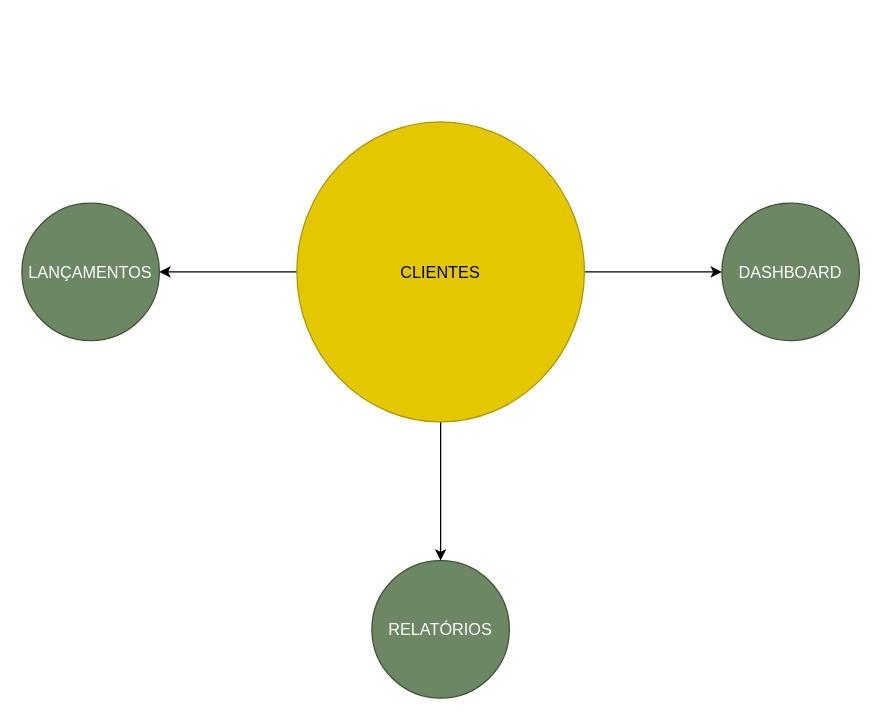
Above: page "MVP" (1 of 3) of docs/draws/SeuContabil.drawio in sigespweb22/seucontabil-api (draw.io), before the change. Source tidied: cells renumbered, new cells numbered last; positions are measured from the earlier drawing's top-left corner, leaving out a move shared by most shapes. Both pictures are drawn from the tidied source at 125%, with x=0, y=0 at pixel (21, 121).
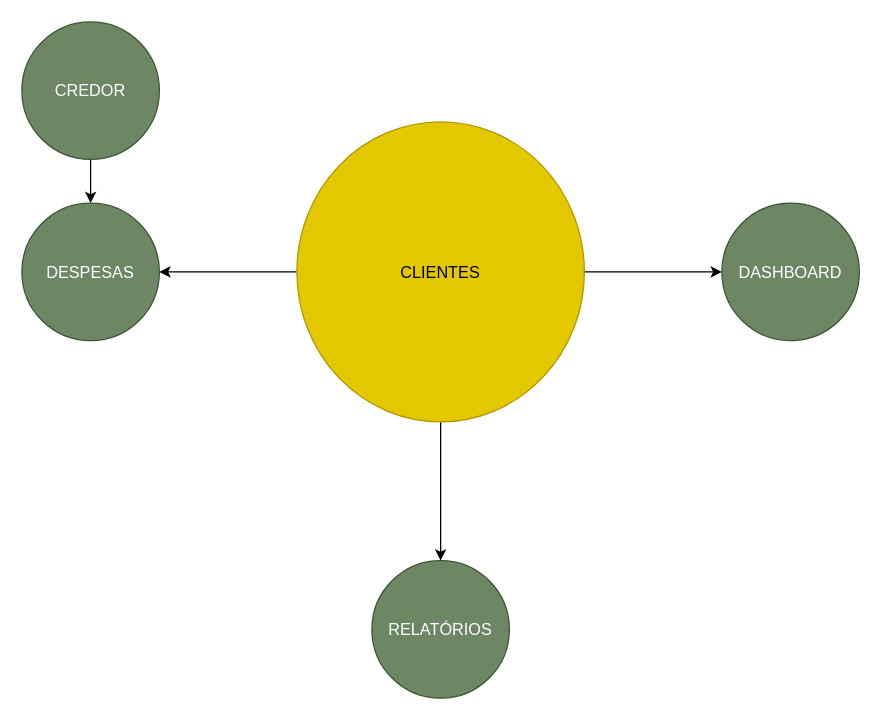
Above is the later version.

Diff of the diagram source:
```diff
@@
 <mxGraphModel>
   <root>
     <mxCell id="0" />
     <mxCell id="1" parent="0" />
     <mxCell id="2" style="edgeStyle=none;html=1;fontSize=13;fontColor=#FFFFFF;" parent="1" edge="1" source="5" target="6">
       <mxGeometry relative="1" as="geometry" />
     </mxCell>
     <mxCell id="3" style="edgeStyle=none;html=1;fontSize=13;fontColor=#FFFFFF;" parent="1" edge="1" source="5" target="7">
       <mxGeometry relative="1" as="geometry" />
     </mxCell>
     <mxCell id="4" style="edgeStyle=none;html=1;fontSize=13;fontColor=#FFFFFF;" parent="1" edge="1" source="5" target="8">
       <mxGeometry relative="1" as="geometry" />
     </mxCell>
     <mxCell id="5" value="CLIENTES" style="ellipse;whiteSpace=wrap;html=1;labelBackgroundColor=none;fontSize=13;fontColor=#000000;fillColor=#e3c800;strokeColor=#B09500;" parent="1" vertex="1">
       <mxGeometry x="220" width="230" height="240" as="geometry" />
     </mxCell>
-    <mxCell id="6" value="LANÇAMENTOS" style="ellipse;whiteSpace=wrap;html=1;fontSize=13;fillColor=#6d8764;strokeColor=#3A5431;fontColor=#ffffff;labelBackgroundColor=none;" parent="1" vertex="1">
+    <mxCell id="6" value="DESPESAS" style="ellipse;whiteSpace=wrap;html=1;fontSize=13;fillColor=#6d8764;strokeColor=#3A5431;fontColor=#ffffff;labelBackgroundColor=none;" parent="1" vertex="1">
       <mxGeometry y="65" width="110" height="110" as="geometry" />
     </mxCell>
     <mxCell id="7" value="RELATÓRIOS" style="ellipse;whiteSpace=wrap;html=1;fontSize=13;fillColor=#6d8764;strokeColor=#3A5431;fontColor=#ffffff;labelBackgroundColor=none;" parent="1" vertex="1">
       <mxGeometry x="280" y="351" width="110" height="110" as="geometry" />
     </mxCell>
     <mxCell id="8" value="DASHBOARD" style="ellipse;whiteSpace=wrap;html=1;fontSize=13;fillColor=#6d8764;strokeColor=#3A5431;fontColor=#ffffff;labelBackgroundColor=none;" parent="1" vertex="1">
       <mxGeometry x="560" y="65" width="110" height="110" as="geometry" />
     </mxCell>
+    <mxCell id="9" style="edgeStyle=none;html=1;" parent="1" edge="1" source="10" target="6">
+      <mxGeometry relative="1" as="geometry" />
+    </mxCell>
+    <mxCell id="10" value="CREDOR" style="ellipse;whiteSpace=wrap;html=1;fontSize=13;fillColor=#6d8764;strokeColor=#3A5431;fontColor=#ffffff;labelBackgroundColor=none;" parent="1" vertex="1">
+      <mxGeometry y="-80" width="110" height="110" as="geometry" />
+    </mxCell>
   </root>
 </mxGraphModel>
```
